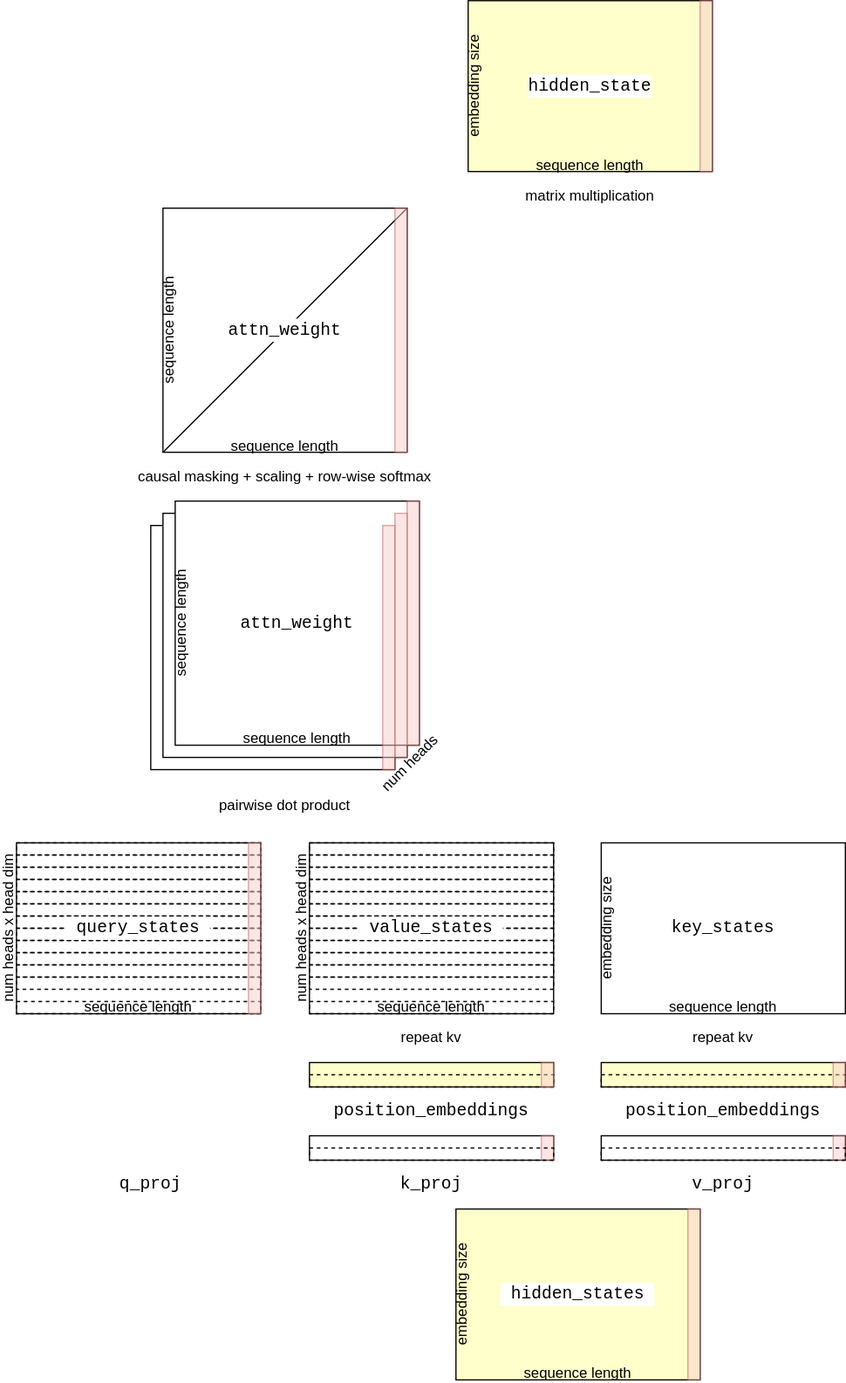
tonghuikang/llm_architecture keeps this draw.io diagram as architecture.drawio.svg. Above is the earlier version. Source tidied: cells renumbered, new cells last; positions are measured from the earlier drawing's top-left corner, leaving out a move shared by most shapes.
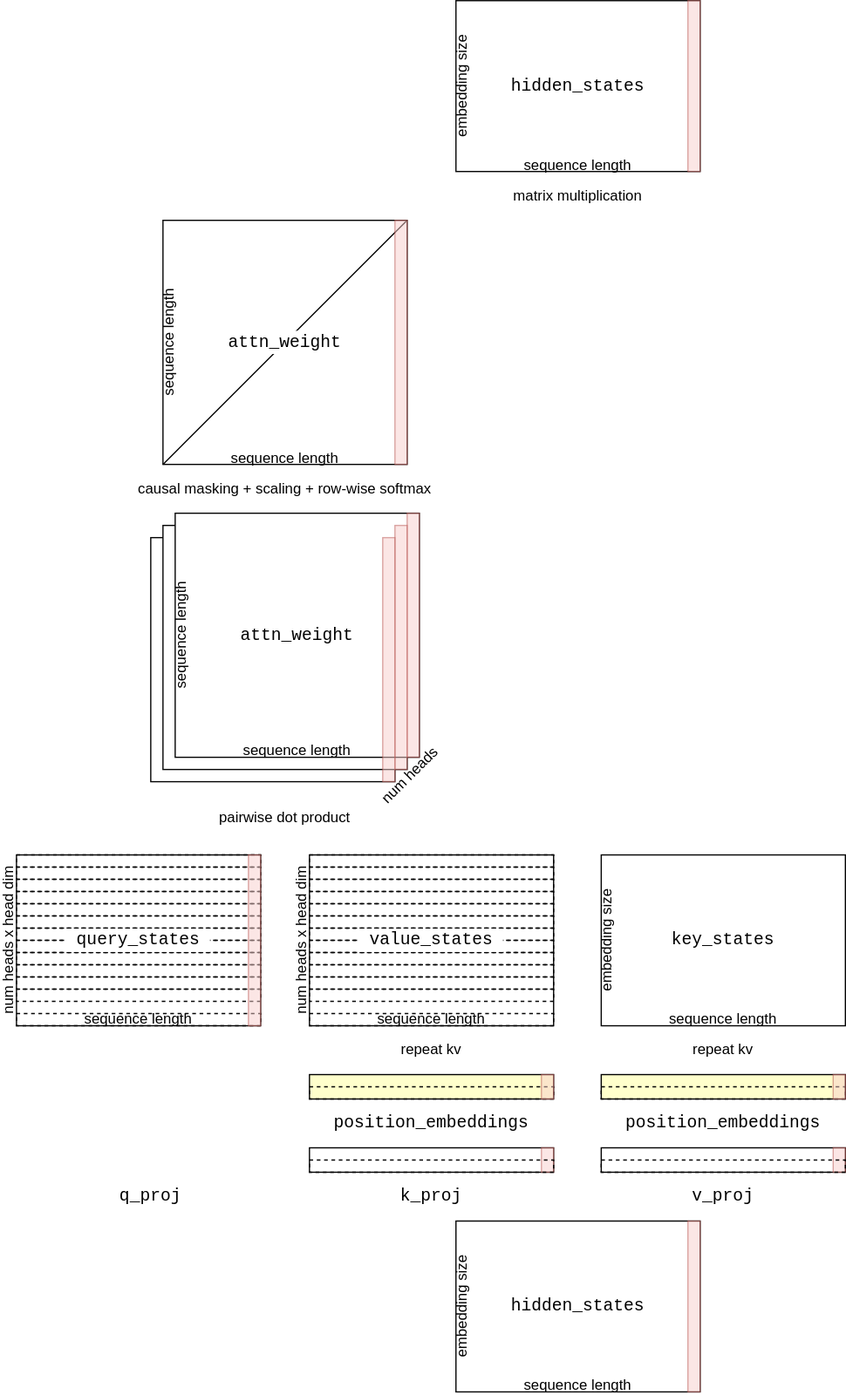
Above is the later version.

Diff of the diagram source:
```diff
@@ -5,7 +5,7 @@
     <mxCell id="2" style="rounded=0;whiteSpace=wrap;html=1;fillColor=#FFFFCC;" parent="1" vertex="1">
       <mxGeometry x="555" y="870" width="200" height="20" as="geometry" />
     </mxCell>
-    <mxCell id="3" value="fir" style="rounded=0;whiteSpace=wrap;html=1;fillColor=#FFFFCC;" parent="1" vertex="1">
+    <mxCell id="3" value="fir" style="rounded=0;whiteSpace=wrap;html=1;fillColor=none;" parent="1" vertex="1">
       <mxGeometry x="436" y="990" width="200" height="140" as="geometry" />
     </mxCell>
     <mxCell id="4" style="rounded=0;whiteSpace=wrap;html=1;fillColor=none;" parent="1" vertex="1">
@@ -20,8 +20,8 @@
     <mxCell id="7" style="rounded=0;whiteSpace=wrap;html=1;fillColor=none;" parent="1" vertex="1">
       <mxGeometry x="555" y="930" width="200" height="20" as="geometry" />
     </mxCell>
-    <mxCell id="8" style="rounded=0;whiteSpace=wrap;html=1;fillColor=#FFFFCC;" parent="1" vertex="1">
-      <mxGeometry x="446" width="200" height="140" as="geometry" />
+    <mxCell id="8" style="rounded=0;whiteSpace=wrap;html=1;fillColor=none;" parent="1" vertex="1">
+      <mxGeometry x="436" y="-10" width="200" height="140" as="geometry" />
     </mxCell>
     <mxCell id="9" value="pairwise dot product" style="text;html=1;align=center;verticalAlign=middle;whiteSpace=wrap;rounded=0;fillColor=none;" parent="1" vertex="1">
       <mxGeometry x="196" y="640" width="200" height="40" as="geometry" />
@@ -42,7 +42,7 @@
       <mxGeometry x="580" y="830" width="150" height="40" as="geometry" />
     </mxCell>
     <mxCell id="15" value="matrix multiplication" style="text;html=1;align=center;verticalAlign=middle;whiteSpace=wrap;rounded=0;fillColor=none;" parent="1" vertex="1">
-      <mxGeometry x="471" y="140" width="150" height="40" as="geometry" />
+      <mxGeometry x="461" y="130" width="150" height="40" as="geometry" />
     </mxCell>
     <mxCell id="16" value="sequence length" style="text;html=1;align=center;verticalAlign=middle;whiteSpace=wrap;rounded=0;fillColor=none;" parent="1" vertex="1">
       <mxGeometry x="436" y="1120" width="200" height="10" as="geometry" />
@@ -150,10 +150,10 @@
       <mxGeometry y="755" width="140" height="10" as="geometry" />
     </mxCell>
     <mxCell id="51" value="sequence length" style="text;html=1;align=center;verticalAlign=middle;whiteSpace=wrap;rounded=0;fillColor=none;" parent="1" vertex="1">
-      <mxGeometry x="446" y="130" width="200" height="10" as="geometry" />
+      <mxGeometry x="436" y="120" width="200" height="10" as="geometry" />
     </mxCell>
     <mxCell id="52" value="embedding size" style="rounded=0;whiteSpace=wrap;html=1;rotation=-90;strokeColor=none;fillColor=none;" parent="1" vertex="1">
-      <mxGeometry x="381" y="65" width="140" height="10" as="geometry" />
+      <mxGeometry x="371" y="55" width="140" height="10" as="geometry" />
     </mxCell>
     <mxCell id="53" value="&lt;pre style=&quot;box-sizing: border-box; overflow: auto; font-size: 14px; padding: 1px 0px; margin-top: 0px; margin-bottom: 0px; line-height: inherit; word-break: break-all; overflow-wrap: break-word; background-color: rgb(255, 255, 255); border: 0px; border-radius: 0px; text-wrap-mode: wrap; vertical-align: baseline; text-align: left;&quot;&gt; hidden_states &lt;/pre&gt;" style="text;html=1;align=center;verticalAlign=middle;whiteSpace=wrap;rounded=0;fillColor=none;" parent="1" vertex="1">
       <mxGeometry x="436" y="1040" width="200" height="40" as="geometry" />
@@ -167,8 +167,8 @@
     <mxCell id="56" value="&lt;pre style=&quot;box-sizing: border-box; overflow: auto; font-size: 14px; padding: 1px 0px; margin-top: 0px; margin-bottom: 0px; line-height: inherit; word-break: break-all; overflow-wrap: break-word; background-color: rgb(255, 255, 255); border: 0px; border-radius: 0px; text-wrap-mode: wrap; vertical-align: baseline; text-align: left;&quot;&gt; query_states &lt;/pre&gt;" style="text;html=1;align=center;verticalAlign=middle;whiteSpace=wrap;rounded=0;fillColor=none;" parent="1" vertex="1">
       <mxGeometry x="76" y="740" width="200" height="40" as="geometry" />
     </mxCell>
-    <mxCell id="57" value="&lt;pre style=&quot;box-sizing: border-box; overflow: auto; font-size: 14px; padding: 1px 0px; margin-top: 0px; margin-bottom: 0px; line-height: inherit; word-break: break-all; overflow-wrap: break-word; background-color: rgb(255, 255, 255); border: 0px; border-radius: 0px; text-wrap-mode: wrap; vertical-align: baseline; text-align: left;&quot;&gt;hidden_state&lt;/pre&gt;" style="text;html=1;align=center;verticalAlign=middle;whiteSpace=wrap;rounded=0;fillColor=none;" parent="1" vertex="1">
-      <mxGeometry x="446" y="50" width="200" height="40" as="geometry" />
+    <mxCell id="57" value="&lt;pre style=&quot;box-sizing: border-box; overflow: auto; font-size: 14px; padding: 1px 0px; margin-top: 0px; margin-bottom: 0px; line-height: inherit; word-break: break-all; overflow-wrap: break-word; background-color: rgb(255, 255, 255); border: 0px; border-radius: 0px; text-wrap-mode: wrap; vertical-align: baseline; text-align: left;&quot;&gt; hidden_states &lt;/pre&gt;" style="text;html=1;align=center;verticalAlign=middle;whiteSpace=wrap;rounded=0;fillColor=none;" parent="1" vertex="1">
+      <mxGeometry x="436" y="40" width="200" height="40" as="geometry" />
     </mxCell>
     <mxCell id="58" style="rounded=0;whiteSpace=wrap;html=1;fillColor=#f8cecc;opacity=50;strokeColor=#b85450;" parent="1" vertex="1">
       <mxGeometry x="626" y="990" width="10" height="140" as="geometry" />
@@ -183,7 +183,7 @@
       <mxGeometry x="266" y="690" width="10" height="140" as="geometry" />
     </mxCell>
     <mxCell id="62" style="rounded=0;whiteSpace=wrap;html=1;fillColor=#f8cecc;opacity=50;strokeColor=#b85450;" parent="1" vertex="1">
-      <mxGeometry x="636" width="10" height="140" as="geometry" />
+      <mxGeometry x="626" y="-10" width="10" height="140" as="geometry" />
     </mxCell>
     <mxCell id="63" style="rounded=0;whiteSpace=wrap;html=1;fillColor=default;" parent="1" vertex="1">
       <mxGeometry x="186" y="430" width="200" height="200" as="geometry" />
```
